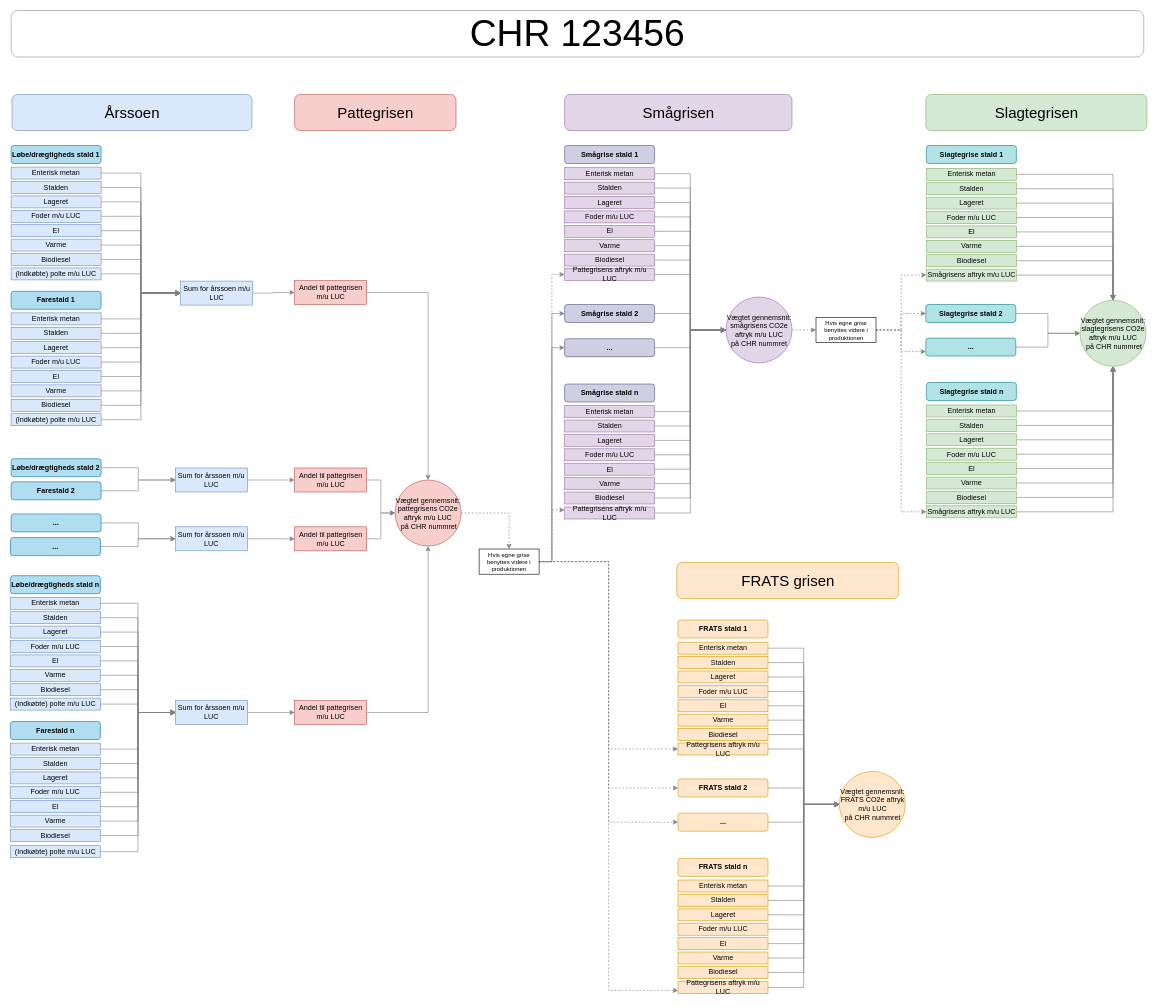
The draw.io diagram Produktaftryk_calculation_flowchart.drawio in segesdk/SAF_dokumentation, before the edit. Source tidied: cells renumbered, new cells numbered last; positions are measured from the earlier drawing's top-left corner, leaving out a move shared by most shapes. Both pictures are drawn from the tidied source at 60%, with x=0, y=0 at pixel (10, 10).
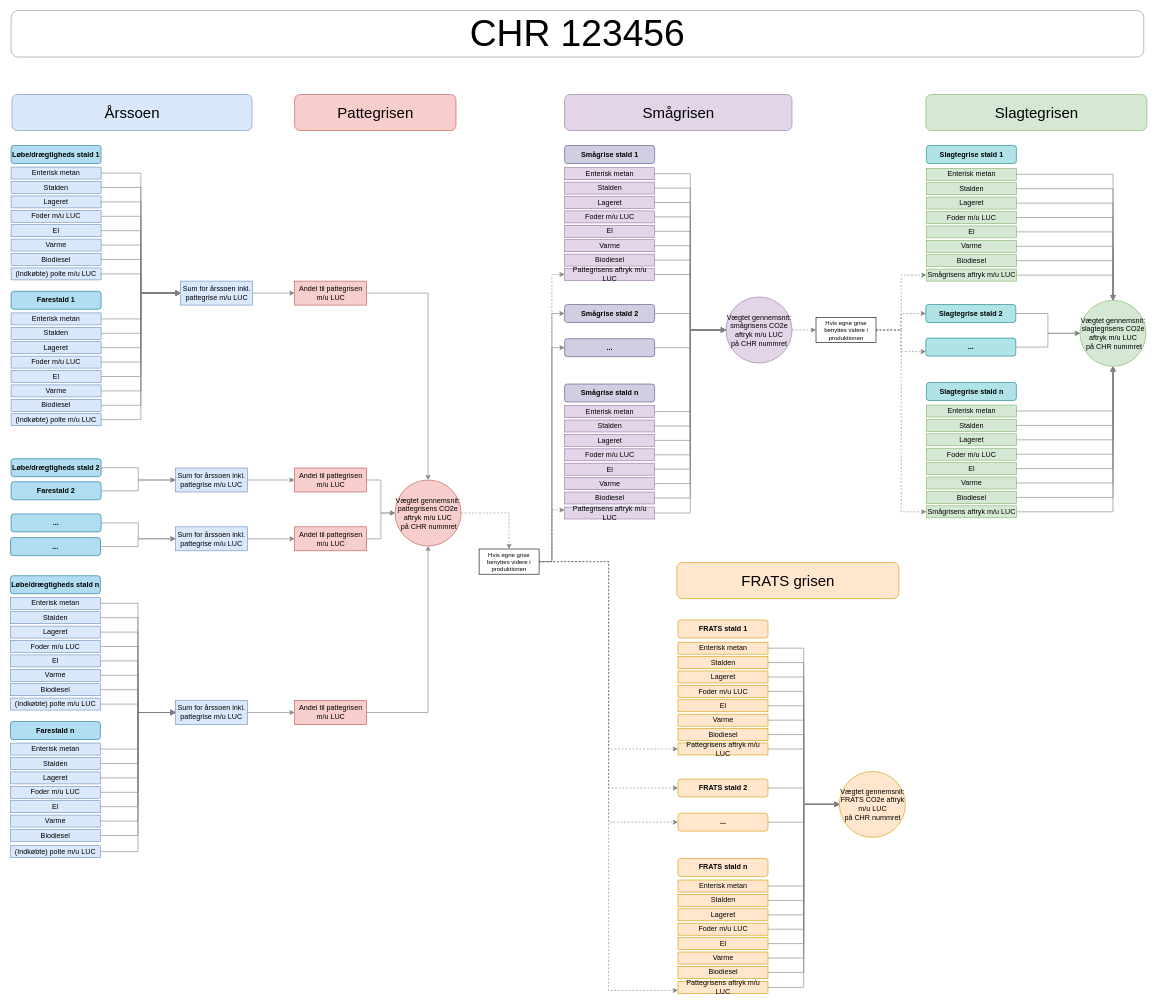
Above is the later version.

Diff of the diagram source:
```diff
@@
-    <mxCell id="44" value="Sum for årssoen m/u LUC" style="rounded=0;whiteSpace=wrap;html=1;fillColor=#dae8fc;strokeColor=#6c8ebf;" parent="1" vertex="1">
+    <mxCell id="44" value="Sum for årssoen inkl. pattegrise m/u LUC" style="rounded=0;whiteSpace=wrap;html=1;fillColor=#dae8fc;strokeColor=#6c8ebf;" parent="1" vertex="1">
       <mxGeometry x="283.5" y="451" width="120" height="40" as="geometry" />
     </mxCell>
@@
     <mxCell id="48" value="Andel til pattegrisen m/u LUC" style="rounded=0;whiteSpace=wrap;html=1;fillColor=#f8cecc;strokeColor=#b85450;" parent="1" vertex="1">
-      <mxGeometry x="473.5" y="450" width="120" height="40" as="geometry" />
+      <mxGeometry x="473.5" y="451" width="120" height="40" as="geometry" />
     </mxCell>
@@
-    <mxCell id="172" value="Sum for årssoen m/u LUC" style="rounded=0;whiteSpace=wrap;html=1;fillColor=#dae8fc;strokeColor=#6c8ebf;" parent="1" vertex="1">
+    <mxCell id="172" value="Sum for årssoen inkl. pattegrise m/u LUC" style="rounded=0;whiteSpace=wrap;html=1;fillColor=#dae8fc;strokeColor=#6c8ebf;" parent="1" vertex="1">
       <mxGeometry x="275" y="1150" width="120" height="40" as="geometry" />
     </mxCell>
@@
-    <mxCell id="182" value="Sum for årssoen m/u LUC" style="rounded=0;whiteSpace=wrap;html=1;fillColor=#dae8fc;strokeColor=#6c8ebf;" parent="1" vertex="1">
+    <mxCell id="182" value="Sum for årssoen inkl. pattegrise m/u LUC" style="rounded=0;whiteSpace=wrap;html=1;fillColor=#dae8fc;strokeColor=#6c8ebf;" parent="1" vertex="1">
       <mxGeometry x="275" y="762.5" width="120" height="40" as="geometry" />
     </mxCell>
@@
-    <mxCell id="184" value="Sum for årssoen m/u LUC" style="rounded=0;whiteSpace=wrap;html=1;fillColor=#dae8fc;strokeColor=#6c8ebf;" parent="1" vertex="1">
+    <mxCell id="184" value="Sum for årssoen inkl. pattegrise m/u LUC" style="rounded=0;whiteSpace=wrap;html=1;fillColor=#dae8fc;strokeColor=#6c8ebf;" parent="1" vertex="1">
       <mxGeometry x="275" y="860.5" width="120" height="40" as="geometry" />
     </mxCell>
```
